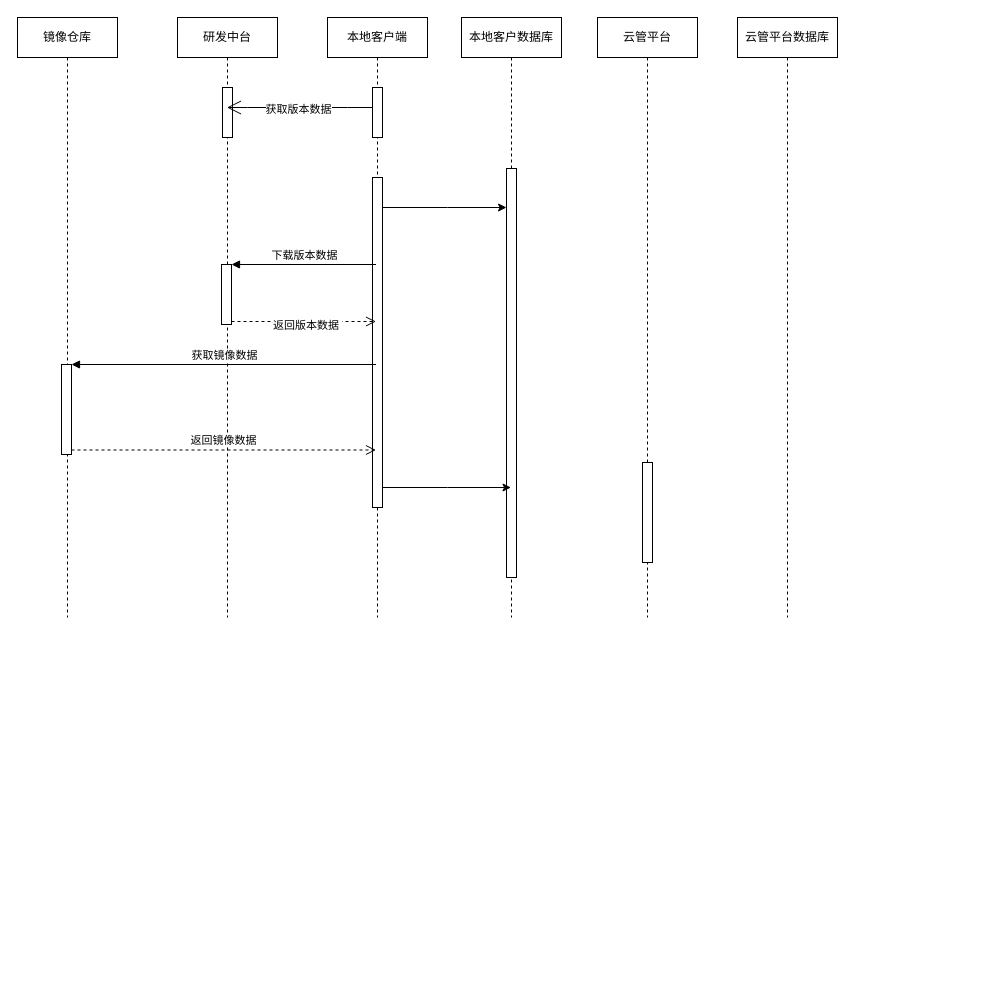
Snuger/draw keeps this draw.io diagram as Untitled Diagram.drawio. Above is the earlier version. Source tidied: cells renumbered, new cells numbered last; positions are measured from the earlier drawing's top-left corner, leaving out a move shared by most shapes. Both pictures are drawn from the tidied source at 100%, with x=0, y=0 at pixel (17, 17).
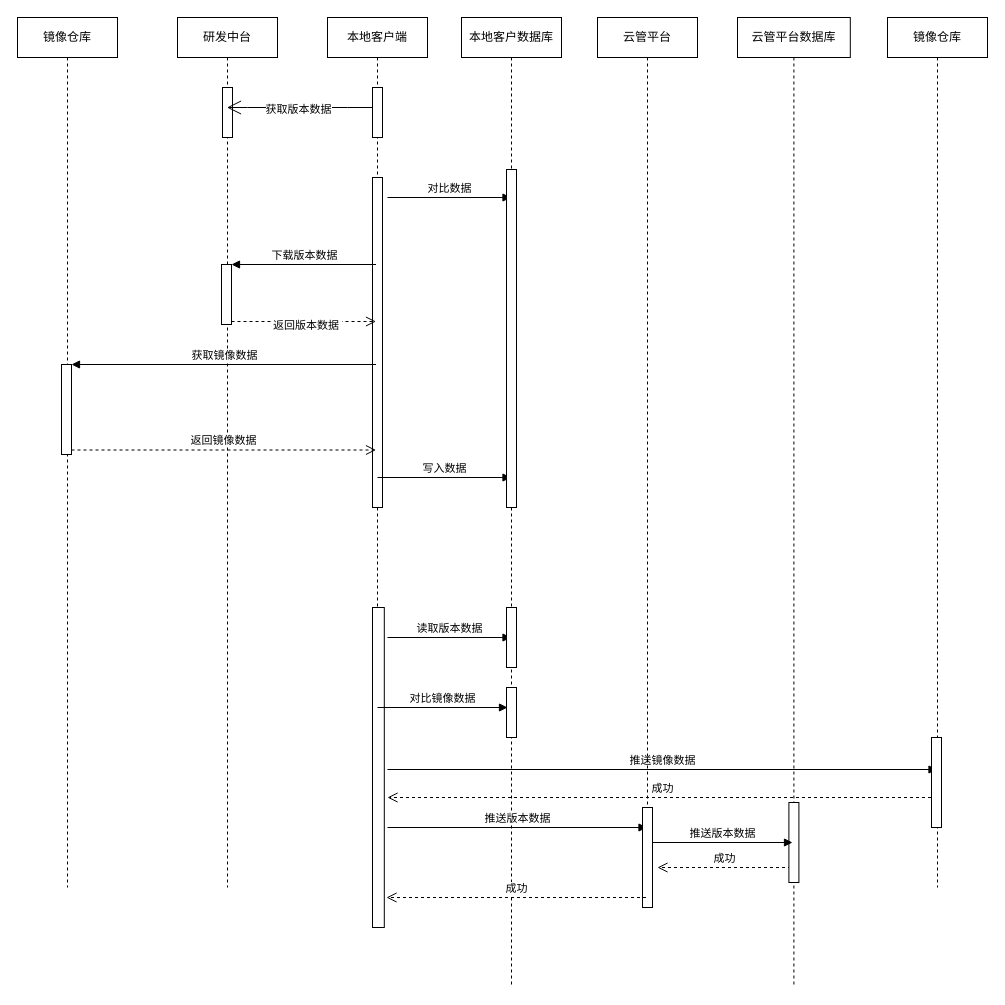
The same page after the edit.

The change refers to these unchanged cells:
```xml
<mxCell id="7" style="html=1;points=[];perimeter=orthogonalPerimeter;" parent="5" vertex="1">
  <mxGeometry x="45" y="160" width="10" height="330" as="geometry" />
</mxCell>
```

Diff of the diagram source:
```diff
@@
     <mxCell id="2" value="研发中台" style="shape=umlLifeline;perimeter=lifelinePerimeter;whiteSpace=wrap;html=1;outlineConnect=0;" parent="1" vertex="1">
-      <mxGeometry x="160" width="100" height="600" as="geometry" />
+      <mxGeometry x="160" width="100" height="870" as="geometry" />
     </mxCell>
@@
     <mxCell id="5" value="本地客户端" style="shape=umlLifeline;perimeter=lifelinePerimeter;whiteSpace=wrap;html=1;" parent="1" vertex="1">
-      <mxGeometry x="310" width="100" height="600" as="geometry" />
+      <mxGeometry x="310" width="100" height="910" as="geometry" />
     </mxCell>
@@
+    <mxCell id="24" value="对比数据" style="html=1;verticalAlign=bottom;endArrow=block;rounded=0;" parent="5" edge="1" target="8">
+      <mxGeometry relative="1" as="geometry">
+        <mxPoint x="60" y="180" as="sourcePoint" />
+      </mxGeometry>
+    </mxCell>
+    <mxCell id="25" value="写入数据" style="html=1;verticalAlign=bottom;endArrow=block;rounded=0;" parent="5" edge="1" target="8">
+      <mxGeometry relative="1" as="geometry">
+        <mxPoint x="50" y="460" as="sourcePoint" />
+      </mxGeometry>
+    </mxCell>
+    <mxCell id="26" style="html=1;perimeter=orthogonalPerimeter;" parent="5" vertex="1">
+      <mxGeometry x="45" y="590" width="11.8" height="320" as="geometry" />
+    </mxCell>
+    <mxCell id="27" value="读取版本数据" style="html=1;verticalAlign=bottom;endArrow=block;rounded=0;" parent="5" edge="1" target="8">
+      <mxGeometry relative="1" as="geometry">
+        <mxPoint x="60" y="620" as="sourcePoint" />
+      </mxGeometry>
+    </mxCell>
+    <mxCell id="28" value="对比镜像数据" style="html=1;verticalAlign=bottom;endArrow=block;rounded=0;entryX=0.1;entryY=0.4;entryDx=0;entryDy=0;entryPerimeter=0;" parent="5" edge="1" target="32">
+      <mxGeometry relative="1" as="geometry">
+        <mxPoint x="50" y="690" as="sourcePoint" />
+      </mxGeometry>
+    </mxCell>
+    <mxCell id="29" value="推送镜像数据" style="html=1;verticalAlign=bottom;endArrow=block;rounded=0;" parent="5" edge="1" target="36">
+      <mxGeometry relative="1" as="geometry">
+        <mxPoint x="60" y="752" as="sourcePoint" />
+      </mxGeometry>
+    </mxCell>
+    <mxCell id="30" value="成功" style="html=1;verticalAlign=bottom;endArrow=open;dashed=1;endSize=8;rounded=0;" parent="5" edge="1" source="36">
+      <mxGeometry relative="1" as="geometry">
+        <mxPoint x="60" y="780" as="targetPoint" />
+      </mxGeometry>
+    </mxCell>
     <mxCell id="8" value="本地客户数据库" style="shape=umlLifeline;perimeter=lifelinePerimeter;whiteSpace=wrap;html=1;outlineConnect=0;" parent="1" vertex="1">
-      <mxGeometry x="444" width="100" height="600" as="geometry" />
+      <mxGeometry x="444" width="100" height="970" as="geometry" />
     </mxCell>
     <mxCell id="9" style="html=1;points=[];perimeter=orthogonalPerimeter;" parent="8" vertex="1">
-      <mxGeometry x="45" y="151" width="10" height="409" as="geometry" />
+      <mxGeometry x="45" y="152" width="10" height="338" as="geometry" />
     </mxCell>
+    <mxCell id="31" style="html=1;perimeter=orthogonalPerimeter;" parent="8" vertex="1">
+      <mxGeometry x="45" y="590" width="10" height="60" as="geometry" />
+    </mxCell>
+    <mxCell id="32" style="html=1;points=[];perimeter=orthogonalPerimeter;" parent="8" vertex="1">
+      <mxGeometry x="45" y="670" width="10" height="50" as="geometry" />
+    </mxCell>
+    <mxCell id="33" value="推送版本数据" style="html=1;verticalAlign=bottom;endArrow=block;rounded=0;" parent="8" edge="1">
+      <mxGeometry relative="1" as="geometry">
+        <mxPoint x="-74" y="810" as="sourcePoint" />
+        <mxPoint x="185.5" y="810" as="targetPoint" />
+      </mxGeometry>
+    </mxCell>
+    <mxCell id="34" value="成功" style="html=1;verticalAlign=bottom;endArrow=open;dashed=1;endSize=8;rounded=0;" parent="8" edge="1">
+      <mxGeometry relative="1" as="geometry">
+        <mxPoint x="329.5" y="850" as="sourcePoint" />
+        <mxPoint x="196" y="850" as="targetPoint" />
+      </mxGeometry>
+    </mxCell>
     <mxCell id="10" value="云管平台" style="shape=umlLifeline;perimeter=lifelinePerimeter;whiteSpace=wrap;html=1;" parent="1" vertex="1">
-      <mxGeometry x="580" width="100" height="600" as="geometry" />
+      <mxGeometry x="580" width="100" height="890" as="geometry" />
     </mxCell>
     <mxCell id="11" style="html=1;perimeter=orthogonalPerimeter;" parent="10" vertex="1">
-      <mxGeometry x="45" y="445" width="10" height="100" as="geometry" />
+      <mxGeometry x="45" y="790" width="10" height="100" as="geometry" />
     </mxCell>
     <mxCell id="12" value="云管平台数据库" style="shape=umlLifeline;perimeter=lifelinePerimeter;whiteSpace=wrap;html=1;" parent="1" vertex="1">
-      <mxGeometry x="720" width="100" height="600" as="geometry" />
+      <mxGeometry x="720" width="112.8" height="970" as="geometry" />
     </mxCell>
+    <mxCell id="35" style="html=1;perimeter=orthogonalPerimeter;" parent="12" vertex="1">
+      <mxGeometry x="51.4" y="785" width="10" height="80" as="geometry" />
+    </mxCell>
@@
     <mxCell id="15" value="镜像仓库" style="shape=umlLifeline;perimeter=lifelinePerimeter;whiteSpace=wrap;html=1;" parent="1" vertex="1">
-      <mxGeometry width="100" height="600" as="geometry" />
+      <mxGeometry width="100" height="870" as="geometry" />
     </mxCell>
@@
-    <mxCell id="22" style="edgeStyle=orthogonalEdgeStyle;rounded=0;jettySize=auto;html=1;" parent="1" edge="1" source="7" target="9">
-      <mxGeometry relative="1" as="geometry">
-        <Array as="points">
-          <mxPoint x="430" y="190" />
-          <mxPoint x="430" y="190" />
-        </Array>
-      </mxGeometry>
-    </mxCell>
-    <mxCell id="23" style="edgeStyle=orthogonalEdgeStyle;rounded=0;jettySize=auto;html=1;" parent="1" edge="1" source="7" target="8">
-      <mxGeometry relative="1" as="geometry">
-        <Array as="points">
-          <mxPoint x="430" y="470" />
-          <mxPoint x="430" y="470" />
-        </Array>
-      </mxGeometry>
-    </mxCell>
+    <mxCell id="36" value="镜像仓库" style="shape=umlLifeline;perimeter=lifelinePerimeter;whiteSpace=wrap;html=1;outlineConnect=0;" parent="1" vertex="1">
+      <mxGeometry x="870" width="100" height="870" as="geometry" />
+    </mxCell>
+    <mxCell id="37" style="html=1;perimeter=orthogonalPerimeter;" parent="36" vertex="1">
+      <mxGeometry x="44" y="720" width="10" height="90" as="geometry" />
+    </mxCell>
+    <mxCell id="38" value="推送版本数据" style="html=1;verticalAlign=bottom;endArrow=block;rounded=0;" parent="1" edge="1">
+      <mxGeometry relative="1" as="geometry">
+        <mxPoint x="635" y="825" as="sourcePoint" />
+        <mxPoint x="775" y="825" as="targetPoint" />
+      </mxGeometry>
+    </mxCell>
+    <mxCell id="39" value="成功" style="html=1;verticalAlign=bottom;endArrow=open;dashed=1;endSize=8;rounded=0;" parent="1" edge="1">
+      <mxGeometry relative="1" as="geometry">
+        <mxPoint x="628.5" y="880" as="sourcePoint" />
+        <mxPoint x="369" y="880" as="targetPoint" />
+      </mxGeometry>
+    </mxCell>
```
